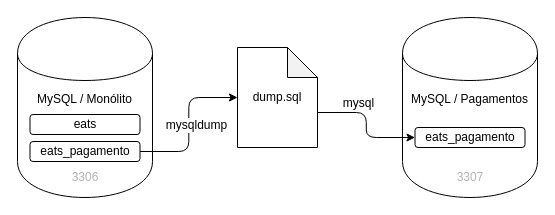
The draw.io diagram imagens/04-migrando-dados/dump-do-mysql-do-monolito-para-o-de-pagamentos.drawio in caelum/apostila-microservices-com-spring-cloud, before the edit. Source tidied: cells renumbered, new cells numbered last; positions are measured from the earlier drawing's top-left corner, leaving out a move shared by most shapes. Both pictures are drawn from the tidied source at 100%, with x=0, y=0 at pixel (17, 17).
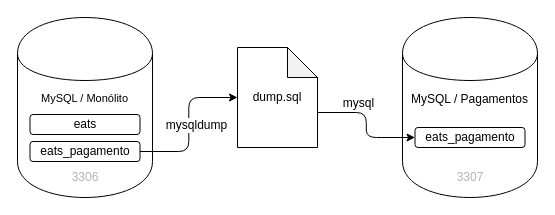
The same page after the edit.

Change to the diagram source:
```diff
@@
 <mxGraphModel>
   <root>
     <mxCell id="0" />
     <mxCell id="1" parent="0" />
-    <mxCell id="2" value="MySQL / Monólito" style="shape=cylinder;whiteSpace=wrap;html=1;boundedLbl=1;backgroundOutline=1;verticalAlign=top;spacing=0;spacingTop=30;" parent="1" vertex="1">
+    <mxCell id="2" value="MySQL / Monólito" style="shape=cylinder;whiteSpace=wrap;html=1;boundedLbl=1;backgroundOutline=1;verticalAlign=top;spacing=0;spacingTop=30;fontSize=11;" parent="1" vertex="1">
       <mxGeometry width="135" height="180" as="geometry" />
     </mxCell>
     <mxCell id="3" value="dump.sql" style="shape=note;whiteSpace=wrap;html=1;backgroundOutline=1;darkOpacity=0.05;" parent="1" vertex="1">
       <mxGeometry x="220" y="30" width="80" height="100" as="geometry" />
     </mxCell>
     <mxCell id="4" value="MySQL / Pagamentos" style="shape=cylinder;whiteSpace=wrap;html=1;boundedLbl=1;backgroundOutline=1;verticalAlign=top;spacing=0;spacingTop=30;" parent="1" vertex="1">
       <mxGeometry x="385" width="135" height="180" as="geometry" />
     </mxCell>
     <mxCell id="5" value="eats_pagamento" style="rounded=1;whiteSpace=wrap;html=1;align=center;" parent="1" vertex="1">
       <mxGeometry x="397.5" y="110" width="110" height="20" as="geometry" />
     </mxCell>
     <mxCell id="6" style="edgeStyle=orthogonalEdgeStyle;rounded=1;jettySize=auto;html=1;exitX=1;exitY=0.5;exitDx=0;exitDy=0;fontColor=#B3B3B3;" parent="1" edge="1" source="8" target="3">
       <mxGeometry relative="1" as="geometry" />
     </mxCell>
     <mxCell id="7" value="&lt;font color=&quot;#000000&quot;&gt;mysqldump&lt;/font&gt;" style="text;html=1;align=center;verticalAlign=middle;labelBackgroundColor=#ffffff;fontColor=#B3B3B3;spacing=0;spacingLeft=20;spacingBottom=20;" parent="6" vertex="1">
       <mxGeometry x="-0.39" y="17" relative="1" as="geometry" />
     </mxCell>
     <mxCell id="8" value="eats_pagamento" style="rounded=1;whiteSpace=wrap;html=1;align=center;" parent="1" vertex="1">
       <mxGeometry x="12.5" y="124" width="110" height="20" as="geometry" />
     </mxCell>
     <mxCell id="9" value="3306" style="text;html=1;strokeColor=none;fillColor=none;align=center;verticalAlign=middle;whiteSpace=wrap;rounded=0;fontColor=#B3B3B3;" parent="1" vertex="1">
       <mxGeometry x="48" y="150" width="40" height="20" as="geometry" />
     </mxCell>
     <mxCell id="10" value="3307" style="text;html=1;strokeColor=none;fillColor=none;align=center;verticalAlign=middle;whiteSpace=wrap;rounded=0;fontColor=#B3B3B3;" parent="1" vertex="1">
       <mxGeometry x="432.5" y="150" width="40" height="20" as="geometry" />
     </mxCell>
     <mxCell id="11" value="eats" style="rounded=1;whiteSpace=wrap;html=1;align=center;" parent="1" vertex="1">
       <mxGeometry x="12.5" y="97" width="110" height="20" as="geometry" />
     </mxCell>
     <mxCell id="12" style="edgeStyle=orthogonalEdgeStyle;rounded=1;jettySize=auto;html=1;exitX=0;exitY=0;exitDx=80;exitDy=65;exitPerimeter=0;entryX=0;entryY=0.5;entryDx=0;entryDy=0;fontColor=#B3B3B3;" parent="1" edge="1" source="3" target="5">
       <mxGeometry relative="1" as="geometry" />
     </mxCell>
     <mxCell id="13" value="&lt;font color=&quot;#000000&quot;&gt;mysql&lt;/font&gt;" style="text;html=1;align=center;verticalAlign=bottom;labelBackgroundColor=#ffffff;fontColor=#B3B3B3;spacing=0;spacingBottom=4;" parent="12" vertex="1">
       <mxGeometry x="-0.35" y="-1" relative="1" as="geometry" />
     </mxCell>
   </root>
 </mxGraphModel>
```
